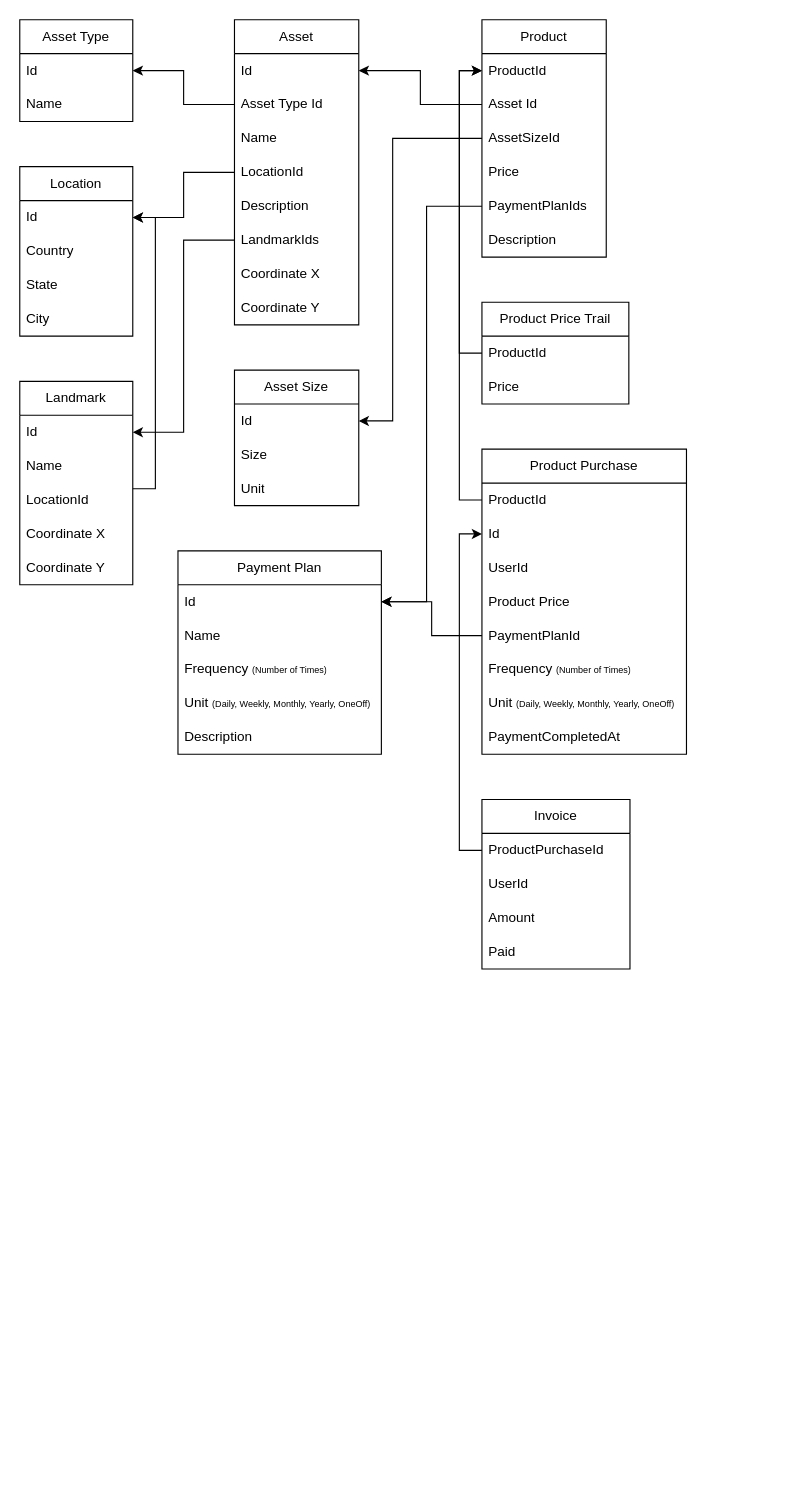
The draw.io diagram sellperty.drawio in isaac-code/diagrams, before the edit. Source tidied: cells renumbered, new cells numbered last; positions are measured from the earlier drawing's top-left corner, leaving out a move shared by most shapes. Both pictures are drawn from the tidied source at 113%, with x=0, y=0 at pixel (19, 19).
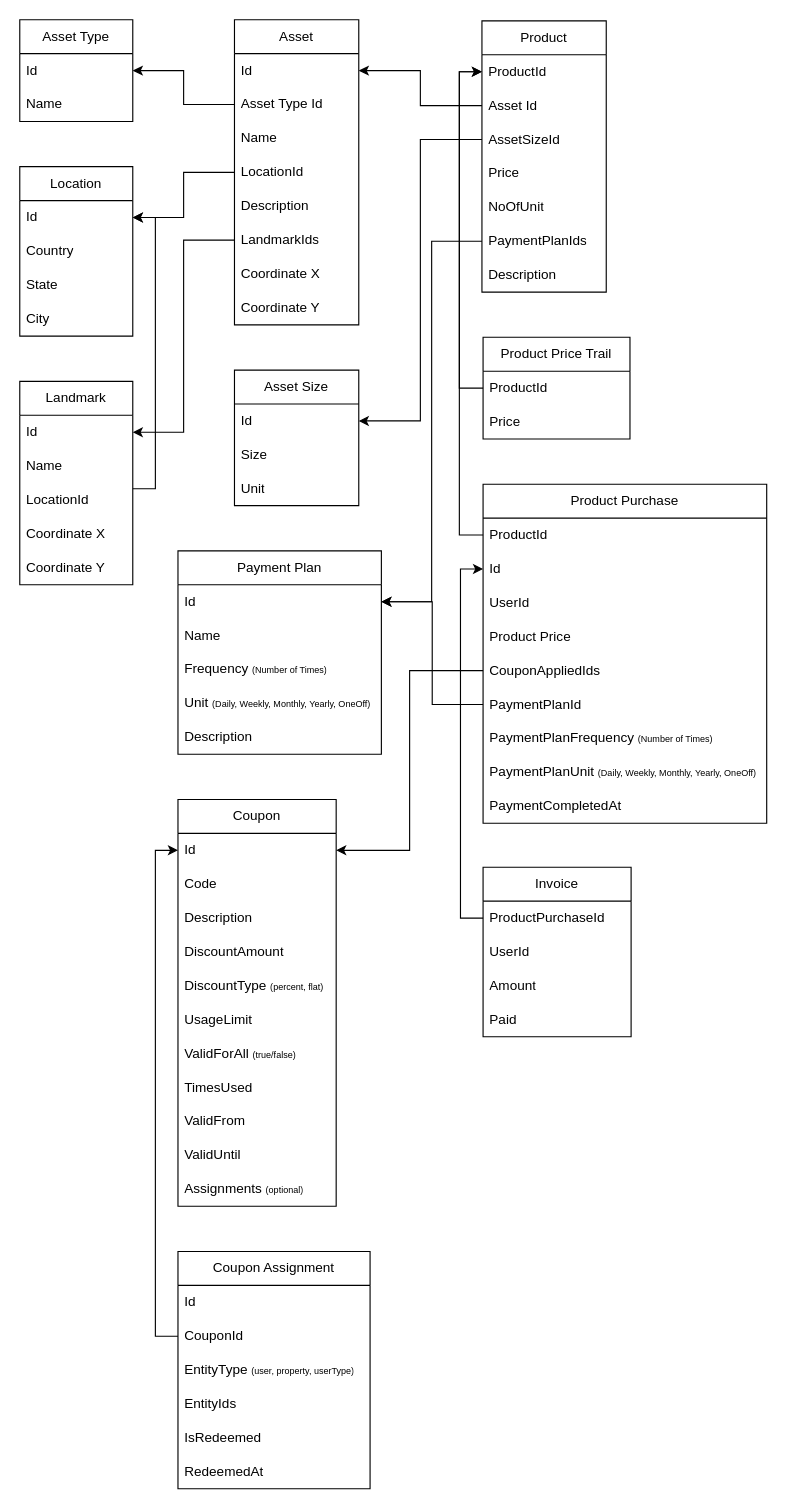
The same diagram, later.

Unchanged cells that the change refers to:
```xml
<mxCell id="20" value="Id" style="text;strokeColor=none;fillColor=none;align=left;verticalAlign=middle;spacingLeft=4;spacingRight=4;overflow=hidden;points=[[0,0.5],[1,0.5]];portConstraint=eastwest;whiteSpace=wrap;html=1;" parent="19" vertex="1">
  <mxGeometry y="30" width="110" height="30" as="geometry" />
</mxCell>
<mxCell id="30" value="ProductId" style="text;strokeColor=none;fillColor=none;align=left;verticalAlign=middle;spacingLeft=4;spacingRight=4;overflow=hidden;points=[[0,0.5],[1,0.5]];portConstraint=eastwest;whiteSpace=wrap;html=1;" parent="29" vertex="1">
  <mxGeometry y="30" width="110" height="30" as="geometry" />
</mxCell>
<mxCell id="32" value="AssetSizeId" style="text;strokeColor=none;fillColor=none;align=left;verticalAlign=middle;spacingLeft=4;spacingRight=4;overflow=hidden;points=[[0,0.5],[1,0.5]];portConstraint=eastwest;whiteSpace=wrap;html=1;" parent="29" vertex="1">
  <mxGeometry y="90" width="110" height="30" as="geometry" />
</mxCell>
<mxCell id="37" value="Id" style="text;strokeColor=none;fillColor=none;align=left;verticalAlign=middle;spacingLeft=4;spacingRight=4;overflow=hidden;points=[[0,0.5],[1,0.5]];portConstraint=eastwest;whiteSpace=wrap;html=1;" parent="36" vertex="1">
  <mxGeometry y="30" width="180" height="30" as="geometry" />
</mxCell>
<mxCell id="64" value="ProductPurchaseId" style="text;strokeColor=none;fillColor=none;align=left;verticalAlign=middle;spacingLeft=4;spacingRight=4;overflow=hidden;points=[[0,0.5],[1,0.5]];portConstraint=eastwest;whiteSpace=wrap;html=1;" parent="63" vertex="1">
  <mxGeometry y="30" width="131" height="30" as="geometry" />
</mxCell>
```

The edit, as a diff of the source:
```diff
@@
     <mxCell id="29" value="Product" style="swimlane;fontStyle=0;horizontal=1;startSize=30;whiteSpace=wrap;html=1;" parent="1" vertex="1">
-      <mxGeometry x="409" width="110" height="210" as="geometry" />
+      <mxGeometry x="409" y="1" width="110" height="240" as="geometry" />
     </mxCell>
@@
+    <mxCell id="70" value="NoOfUnit" style="text;strokeColor=none;fillColor=none;align=left;verticalAlign=middle;spacingLeft=4;spacingRight=4;overflow=hidden;whiteSpace=wrap;html=1;" parent="29" vertex="1">
+      <mxGeometry y="150" width="110" height="30" as="geometry" />
+    </mxCell>
     <mxCell id="34" value="PaymentPlanIds" style="text;strokeColor=none;fillColor=none;align=left;verticalAlign=middle;spacingLeft=4;spacingRight=4;overflow=hidden;points=[[0,0.5],[1,0.5]];portConstraint=eastwest;whiteSpace=wrap;html=1;" parent="29" vertex="1">
-      <mxGeometry y="150" width="110" height="30" as="geometry" />
+      <mxGeometry y="180" width="110" height="30" as="geometry" />
     </mxCell>
     <mxCell id="35" value="Description" style="text;strokeColor=none;fillColor=none;align=left;verticalAlign=middle;spacingLeft=4;spacingRight=4;overflow=hidden;whiteSpace=wrap;html=1;" parent="29" vertex="1">
-      <mxGeometry y="180" width="110" height="30" as="geometry" />
+      <mxGeometry y="210" width="110" height="30" as="geometry" />
     </mxCell>
@@
     <mxCell id="42" value="Product Price Trail" style="swimlane;fontStyle=0;horizontal=1;startSize=30;whiteSpace=wrap;html=1;" parent="1" vertex="1">
-      <mxGeometry x="409" y="250" width="130" height="90" as="geometry" />
+      <mxGeometry x="410" y="281" width="130" height="90" as="geometry" />
     </mxCell>
@@
-    <mxCell id="49" style="edgeStyle=orthogonalEdgeStyle;rounded=0;jettySize=auto;html=1;entryX=1;entryY=0.5;entryDx=0;entryDy=0;" parent="1" edge="1" source="32" target="20">
-      <mxGeometry relative="1" as="geometry">
-        <Array as="points">
-          <mxPoint x="330" y="105" />
-          <mxPoint x="330" y="355" />
-        </Array>
-      </mxGeometry>
-    </mxCell>
@@
-    <mxCell id="51" style="edgeStyle=orthogonalEdgeStyle;rounded=0;jettySize=auto;html=1;entryX=1;entryY=0.5;entryDx=0;entryDy=0;" parent="1" edge="1" source="34" target="37">
-      <mxGeometry relative="1" as="geometry">
-        <Array as="points">
-          <mxPoint x="360" y="165" />
-          <mxPoint x="360" y="515" />
-        </Array>
-      </mxGeometry>
-    </mxCell>
     <mxCell id="52" value="Product Purchase" style="swimlane;fontStyle=0;horizontal=1;startSize=30;whiteSpace=wrap;html=1;" parent="1" vertex="1">
-      <mxGeometry x="409" y="380" width="181" height="270" as="geometry" />
+      <mxGeometry x="410" y="411" width="251" height="300" as="geometry" />
     </mxCell>
     <mxCell id="53" value="ProductId" style="text;strokeColor=none;fillColor=none;align=left;verticalAlign=middle;spacingLeft=4;spacingRight=4;overflow=hidden;points=[[0,0.5],[1,0.5]];portConstraint=eastwest;whiteSpace=wrap;html=1;" parent="52" vertex="1">
-      <mxGeometry y="30" width="181" height="30" as="geometry" />
+      <mxGeometry y="30" width="251" height="30" as="geometry" />
     </mxCell>
     <mxCell id="54" value="Id" style="text;strokeColor=none;fillColor=none;align=left;verticalAlign=middle;spacingLeft=4;spacingRight=4;overflow=hidden;points=[[0,0.5],[1,0.5]];portConstraint=eastwest;whiteSpace=wrap;html=1;" parent="52" vertex="1">
-      <mxGeometry y="60" width="181" height="30" as="geometry" />
+      <mxGeometry y="60" width="251" height="30" as="geometry" />
     </mxCell>
     <mxCell id="55" value="UserId" style="text;strokeColor=none;fillColor=none;align=left;verticalAlign=middle;spacingLeft=4;spacingRight=4;overflow=hidden;whiteSpace=wrap;html=1;" parent="52" vertex="1">
-      <mxGeometry y="90" width="181" height="30" as="geometry" />
+      <mxGeometry y="90" width="251" height="30" as="geometry" />
     </mxCell>
     <mxCell id="56" value="Product Price" style="text;strokeColor=none;fillColor=none;align=left;verticalAlign=middle;spacingLeft=4;spacingRight=4;overflow=hidden;whiteSpace=wrap;html=1;" parent="52" vertex="1">
-      <mxGeometry y="120" width="181" height="30" as="geometry" />
+      <mxGeometry y="120" width="251" height="30" as="geometry" />
     </mxCell>
+    <mxCell id="71" value="CouponAppliedIds" style="text;strokeColor=none;fillColor=none;align=left;verticalAlign=middle;spacingLeft=4;spacingRight=4;overflow=hidden;points=[[0,0.5],[1,0.5]];portConstraint=eastwest;whiteSpace=wrap;html=1;" parent="52" vertex="1">
+      <mxGeometry y="150" width="251" height="30" as="geometry" />
+    </mxCell>
     <mxCell id="57" value="PaymentPlanId" style="text;strokeColor=none;fillColor=none;align=left;verticalAlign=middle;spacingLeft=4;spacingRight=4;overflow=hidden;points=[[0,0.5],[1,0.5]];portConstraint=eastwest;whiteSpace=wrap;html=1;" parent="52" vertex="1">
-      <mxGeometry y="150" width="181" height="30" as="geometry" />
+      <mxGeometry y="180" width="251" height="30" as="geometry" />
     </mxCell>
-    <mxCell id="58" value="Frequency&amp;nbsp;&lt;font style=&quot;font-size: 8px;&quot;&gt;(Number of Times)&lt;/font&gt;" style="text;strokeColor=none;fillColor=none;align=left;verticalAlign=middle;spacingLeft=4;spacingRight=4;overflow=hidden;whiteSpace=wrap;html=1;" parent="52" vertex="1">
-      <mxGeometry y="180" width="181" height="30" as="geometry" />
+    <mxCell id="58" value="PaymentPlanFrequency&amp;nbsp;&lt;font style=&quot;font-size: 8px;&quot;&gt;(Number of Times)&lt;/font&gt;" style="text;strokeColor=none;fillColor=none;align=left;verticalAlign=middle;spacingLeft=4;spacingRight=4;overflow=hidden;whiteSpace=wrap;html=1;" parent="52" vertex="1">
+      <mxGeometry y="210" width="251" height="30" as="geometry" />
     </mxCell>
-    <mxCell id="59" value="Unit&amp;nbsp;&lt;font style=&quot;font-size: 8px;&quot;&gt;(Daily,&amp;nbsp;Weekly, Monthly, Yearly, OneOff)&lt;/font&gt;" style="text;strokeColor=none;fillColor=none;align=left;verticalAlign=middle;spacingLeft=4;spacingRight=4;overflow=hidden;whiteSpace=wrap;html=1;" parent="52" vertex="1">
-      <mxGeometry y="210" width="181" height="30" as="geometry" />
+    <mxCell id="59" value="PaymentPlanUnit&amp;nbsp;&lt;font style=&quot;font-size: 8px;&quot;&gt;(Daily,&amp;nbsp;Weekly, Monthly, Yearly, OneOff)&lt;/font&gt;" style="text;strokeColor=none;fillColor=none;align=left;verticalAlign=middle;spacingLeft=4;spacingRight=4;overflow=hidden;whiteSpace=wrap;html=1;" parent="52" vertex="1">
+      <mxGeometry y="240" width="251" height="30" as="geometry" />
     </mxCell>
     <mxCell id="60" value="PaymentCompletedAt" style="text;strokeColor=none;fillColor=none;align=left;verticalAlign=middle;spacingLeft=4;spacingRight=4;overflow=hidden;whiteSpace=wrap;html=1;" parent="52" vertex="1">
-      <mxGeometry y="240" width="181" height="30" as="geometry" />
+      <mxGeometry y="270" width="251" height="30" as="geometry" />
     </mxCell>
-    <mxCell id="61" style="edgeStyle=orthogonalEdgeStyle;rounded=0;jettySize=auto;html=1;entryX=0;entryY=0.5;entryDx=0;entryDy=0;" parent="1" edge="1" source="53" target="30">
-      <mxGeometry relative="1" as="geometry" />
-    </mxCell>
@@
     <mxCell id="63" value="Invoice" style="swimlane;fontStyle=0;horizontal=1;startSize=30;whiteSpace=wrap;html=1;" parent="1" vertex="1">
-      <mxGeometry x="409" y="690" width="131" height="150" as="geometry" />
+      <mxGeometry x="410" y="750" width="131" height="150" as="geometry" />
     </mxCell>
@@
+    <mxCell id="61" style="edgeStyle=orthogonalEdgeStyle;rounded=0;jettySize=auto;html=1;entryX=0;entryY=0.5;entryDx=0;entryDy=0;" parent="1" edge="1" source="53" target="30">
+      <mxGeometry relative="1" as="geometry" />
+    </mxCell>
+    <mxCell id="51" style="edgeStyle=orthogonalEdgeStyle;rounded=0;jettySize=auto;html=1;entryX=1;entryY=0.5;entryDx=0;entryDy=0;" parent="1" edge="1" source="34" target="37">
+      <mxGeometry relative="1" as="geometry" />
+    </mxCell>
+    <mxCell id="72" value="Coupon" style="swimlane;fontStyle=0;horizontal=1;startSize=30;whiteSpace=wrap;html=1;" parent="1" vertex="1">
+      <mxGeometry x="140" y="690" width="140" height="360" as="geometry" />
+    </mxCell>
+    <mxCell id="73" value="Id" style="text;strokeColor=none;fillColor=none;align=left;verticalAlign=middle;spacingLeft=4;spacingRight=4;overflow=hidden;points=[[0,0.5],[1,0.5]];portConstraint=eastwest;whiteSpace=wrap;html=1;" parent="72" vertex="1">
+      <mxGeometry y="30" width="140" height="30" as="geometry" />
+    </mxCell>
+    <mxCell id="74" value="Code" style="text;strokeColor=none;fillColor=none;align=left;verticalAlign=middle;spacingLeft=4;spacingRight=4;overflow=hidden;whiteSpace=wrap;html=1;" parent="72" vertex="1">
+      <mxGeometry y="60" width="140" height="30" as="geometry" />
+    </mxCell>
+    <mxCell id="75" value="Description" style="text;strokeColor=none;fillColor=none;align=left;verticalAlign=middle;spacingLeft=4;spacingRight=4;overflow=hidden;whiteSpace=wrap;html=1;" parent="72" vertex="1">
+      <mxGeometry y="90" width="140" height="30" as="geometry" />
+    </mxCell>
+    <mxCell id="76" value="DiscountAmount" style="text;strokeColor=none;fillColor=none;align=left;verticalAlign=middle;spacingLeft=4;spacingRight=4;overflow=hidden;whiteSpace=wrap;html=1;" parent="72" vertex="1">
+      <mxGeometry y="120" width="140" height="30" as="geometry" />
+    </mxCell>
+    <mxCell id="77" value="DiscountType &lt;font style=&quot;font-size: 8px;&quot;&gt;(percent, flat)&lt;/font&gt;" style="text;strokeColor=none;fillColor=none;align=left;verticalAlign=middle;spacingLeft=4;spacingRight=4;overflow=hidden;whiteSpace=wrap;html=1;" parent="72" vertex="1">
+      <mxGeometry y="150" width="140" height="30" as="geometry" />
+    </mxCell>
+    <mxCell id="78" value="UsageLimit" style="text;strokeColor=none;fillColor=none;align=left;verticalAlign=middle;spacingLeft=4;spacingRight=4;overflow=hidden;whiteSpace=wrap;html=1;" parent="72" vertex="1">
+      <mxGeometry y="180" width="140" height="30" as="geometry" />
+    </mxCell>
+    <mxCell id="79" value="ValidForAll &lt;font style=&quot;font-size: 8px;&quot;&gt;(true/false)&lt;/font&gt;" style="text;strokeColor=none;fillColor=none;align=left;verticalAlign=middle;spacingLeft=4;spacingRight=4;overflow=hidden;whiteSpace=wrap;html=1;" parent="72" vertex="1">
+      <mxGeometry y="210" width="140" height="30" as="geometry" />
+    </mxCell>
+    <mxCell id="80" value="TimesUsed" style="text;strokeColor=none;fillColor=none;align=left;verticalAlign=middle;spacingLeft=4;spacingRight=4;overflow=hidden;whiteSpace=wrap;html=1;" parent="72" vertex="1">
+      <mxGeometry y="240" width="140" height="30" as="geometry" />
+    </mxCell>
+    <mxCell id="81" value="ValidFrom" style="text;strokeColor=none;fillColor=none;align=left;verticalAlign=middle;spacingLeft=4;spacingRight=4;overflow=hidden;whiteSpace=wrap;html=1;" parent="72" vertex="1">
+      <mxGeometry y="270" width="140" height="30" as="geometry" />
+    </mxCell>
+    <mxCell id="82" value="ValidUntil" style="text;strokeColor=none;fillColor=none;align=left;verticalAlign=middle;spacingLeft=4;spacingRight=4;overflow=hidden;whiteSpace=wrap;html=1;" parent="72" vertex="1">
+      <mxGeometry y="300" width="140" height="30" as="geometry" />
+    </mxCell>
+    <mxCell id="83" value="Assignments &lt;font style=&quot;font-size: 8px;&quot;&gt;(optional)&lt;/font&gt;" style="text;strokeColor=none;fillColor=none;align=left;verticalAlign=middle;spacingLeft=4;spacingRight=4;overflow=hidden;whiteSpace=wrap;html=1;" parent="72" vertex="1">
+      <mxGeometry y="330" width="140" height="30" as="geometry" />
+    </mxCell>
+    <mxCell id="49" style="edgeStyle=orthogonalEdgeStyle;rounded=0;jettySize=auto;html=1;entryX=1;entryY=0.5;entryDx=0;entryDy=0;" parent="1" edge="1" source="32" target="20">
+      <mxGeometry relative="1" as="geometry" />
+    </mxCell>
+    <mxCell id="84" value="Coupon Assignment" style="swimlane;fontStyle=0;horizontal=1;startSize=30;whiteSpace=wrap;html=1;" parent="1" vertex="1">
+      <mxGeometry x="140" y="1090" width="170" height="210" as="geometry" />
+    </mxCell>
+    <mxCell id="85" value="Id" style="text;strokeColor=none;fillColor=none;align=left;verticalAlign=middle;spacingLeft=4;spacingRight=4;overflow=hidden;whiteSpace=wrap;html=1;" parent="84" vertex="1">
+      <mxGeometry y="30" width="170" height="30" as="geometry" />
+    </mxCell>
+    <mxCell id="86" value="CouponId" style="text;strokeColor=none;fillColor=none;align=left;verticalAlign=middle;spacingLeft=4;spacingRight=4;overflow=hidden;points=[[0,0.5],[1,0.5]];portConstraint=eastwest;whiteSpace=wrap;html=1;" parent="84" vertex="1">
+      <mxGeometry y="60" width="170" height="30" as="geometry" />
+    </mxCell>
+    <mxCell id="87" value="EntityType &lt;font style=&quot;font-size: 8px;&quot;&gt;(user, property, userType)&lt;/font&gt;" style="text;strokeColor=none;fillColor=none;align=left;verticalAlign=middle;spacingLeft=4;spacingRight=4;overflow=hidden;whiteSpace=wrap;html=1;" parent="84" vertex="1">
+      <mxGeometry y="90" width="170" height="30" as="geometry" />
+    </mxCell>
+    <mxCell id="88" value="EntityIds" style="text;strokeColor=none;fillColor=none;align=left;verticalAlign=middle;spacingLeft=4;spacingRight=4;overflow=hidden;whiteSpace=wrap;html=1;" parent="84" vertex="1">
+      <mxGeometry y="120" width="170" height="30" as="geometry" />
+    </mxCell>
+    <mxCell id="89" value="IsRedeemed" style="text;strokeColor=none;fillColor=none;align=left;verticalAlign=middle;spacingLeft=4;spacingRight=4;overflow=hidden;whiteSpace=wrap;html=1;" parent="84" vertex="1">
+      <mxGeometry y="150" width="170" height="30" as="geometry" />
+    </mxCell>
+    <mxCell id="90" value="RedeemedAt" style="text;strokeColor=none;fillColor=none;align=left;verticalAlign=middle;spacingLeft=4;spacingRight=4;overflow=hidden;whiteSpace=wrap;html=1;" parent="84" vertex="1">
+      <mxGeometry y="180" width="170" height="30" as="geometry" />
+    </mxCell>
+    <mxCell id="91" style="edgeStyle=orthogonalEdgeStyle;rounded=0;jettySize=auto;html=1;entryX=0;entryY=0.5;entryDx=0;entryDy=0;" parent="1" edge="1" source="86" target="73">
+      <mxGeometry relative="1" as="geometry" />
+    </mxCell>
+    <mxCell id="92" style="edgeStyle=orthogonalEdgeStyle;rounded=0;jettySize=auto;html=1;entryX=1;entryY=0.5;entryDx=0;entryDy=0;" parent="1" edge="1" source="71" target="73">
+      <mxGeometry relative="1" as="geometry" />
+    </mxCell>
     <mxCell id="69" style="edgeStyle=orthogonalEdgeStyle;rounded=0;jettySize=auto;html=1;entryX=0;entryY=0.5;entryDx=0;entryDy=0;" parent="1" edge="1" source="64" target="54">
       <mxGeometry relative="1" as="geometry">
         <Array as="points">
-          <mxPoint x="389" y="735" />
-          <mxPoint x="389" y="455" />
+          <mxPoint x="390" y="795" />
+          <mxPoint x="390" y="486" />
         </Array>
       </mxGeometry>
     </mxCell>
```
